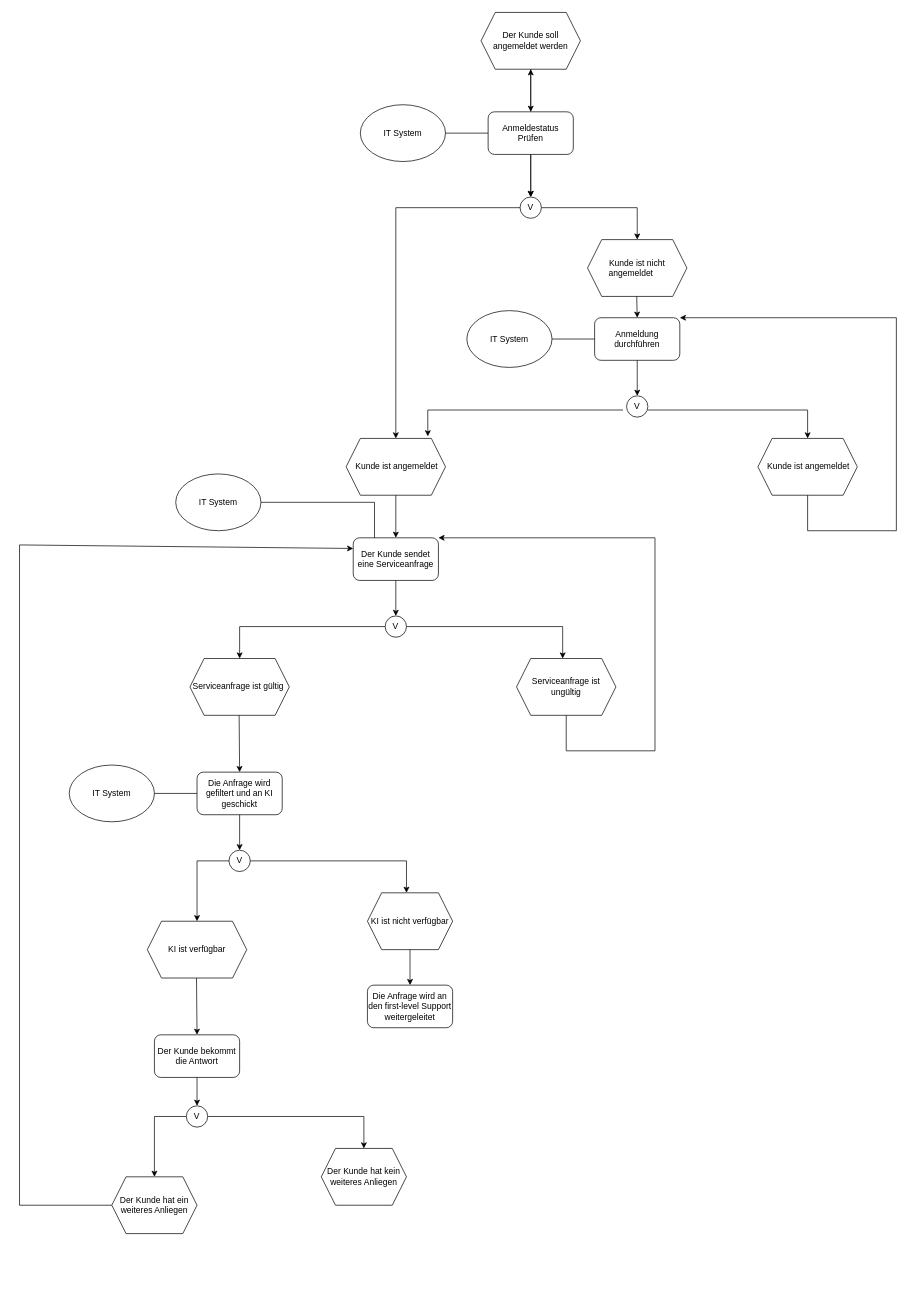
Earlier version of the draw.io diagram Untitled Diagram.drawio (Parsaafsh/Lernfeld-7). Source tidied: cells renumbered, new cells numbered last; positions are measured from the earlier drawing's top-left corner, leaving out a move shared by most shapes. Both pictures are drawn from the tidied source at 71%, with x=0, y=0 at pixel (19, 12).
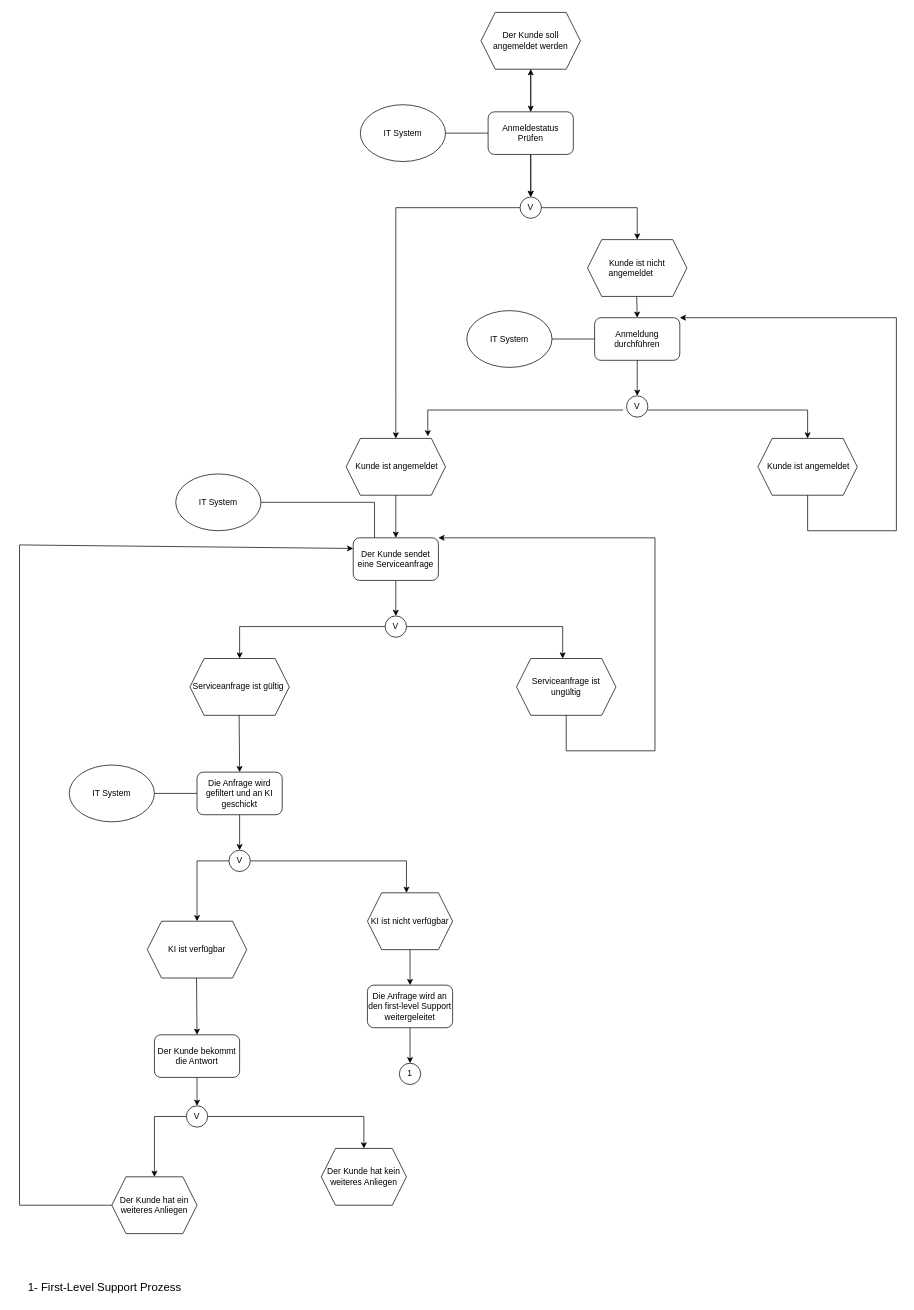
Above is the later version.

The change refers to these unchanged cells:
```xml
<mxCell id="46" value="Die Anfrage wird an den first-level Support weitergeleitet" style="rounded=1;whiteSpace=wrap;html=1;" parent="1" vertex="1">
  <mxGeometry x="490" y="1370" width="120" height="60" as="geometry" />
</mxCell>
```

Diff of the diagram source:
```diff
@@
+    <mxCell id="64" style="endArrow=classic;html=1;rounded=0;exitX=0.5;exitY=1;exitDx=0;exitDy=0;" parent="1" edge="1" source="46">
+      <mxGeometry relative="1" as="geometry">
+        <mxPoint x="550" y="1480" as="targetPoint" />
+      </mxGeometry>
+    </mxCell>
+    <mxCell id="65" value="1" style="ellipse;whiteSpace=wrap;html=1;" parent="1" vertex="1">
+      <mxGeometry x="535" y="1480" width="30" height="30" as="geometry" />
+    </mxCell>
+    <mxCell id="66" value="&lt;font style=&quot;font-size: 16px;&quot;&gt;1- First-Level Support Prozess&lt;/font&gt;" style="text;html=1;align=center;verticalAlign=middle;whiteSpace=wrap;rounded=0;" parent="1" vertex="1">
+      <mxGeometry x="-10" y="1780" width="260" height="30" as="geometry" />
+    </mxCell>
```
